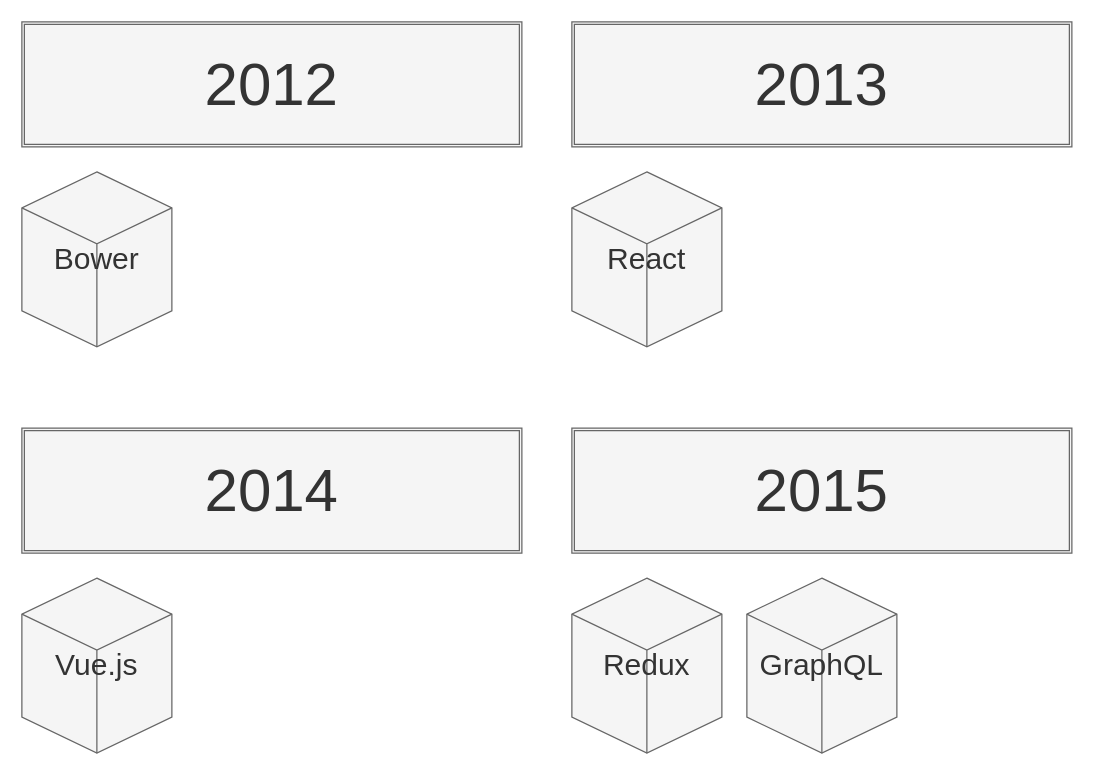
Before: assets/images/drawio/02_history_of_frontend_software_2.drawio in silverbirder/Introduction_to_Micro_Frontends, a draw.io diagram. Source tidied: cells renumbered, new cells numbered last; positions are measured from the earlier drawing's top-left corner, leaving out a move shared by most shapes. Both pictures are drawn from the tidied source at 125%, with x=0, y=0 at pixel (21, 21).
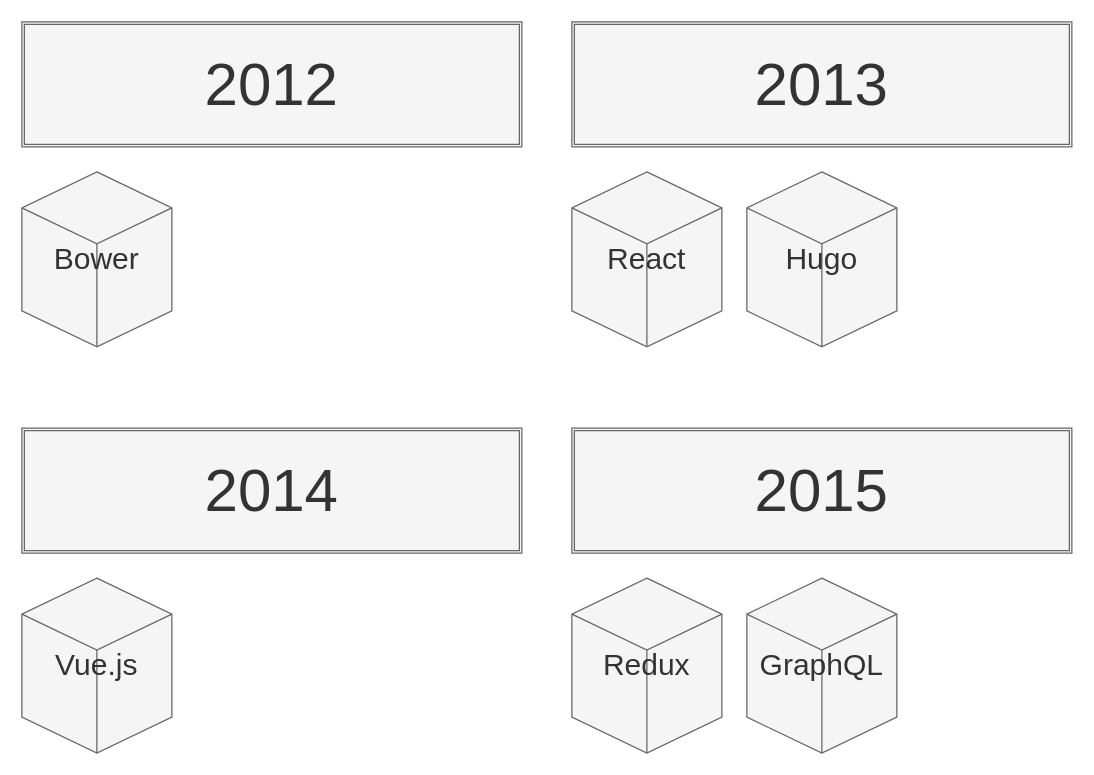
The same diagram, later.

Change to the diagram source:
```diff
@@
 <mxGraphModel>
   <root>
     <mxCell id="0" />
     <mxCell id="1" parent="0" />
     <mxCell id="2" value="&lt;font style=&quot;font-size: 48px&quot;&gt;2012&lt;/font&gt;" style="shape=ext;double=1;rounded=0;whiteSpace=wrap;html=1;shadow=0;sketch=0;fillColor=#f5f5f5;strokeColor=#666666;fontColor=#333333;" parent="1" vertex="1">
       <mxGeometry width="400" height="100" as="geometry" />
     </mxCell>
     <mxCell id="3" value="&lt;font style=&quot;font-size: 24px&quot;&gt;Bower&lt;/font&gt;" style="html=1;whiteSpace=wrap;shape=isoCube2;backgroundOutline=1;isoAngle=15;shadow=0;sketch=0;fillColor=#f5f5f5;strokeColor=#666666;fontColor=#333333;" parent="1" vertex="1">
       <mxGeometry y="120" width="120" height="140" as="geometry" />
     </mxCell>
     <mxCell id="4" value="&lt;font style=&quot;font-size: 48px&quot;&gt;2013&lt;/font&gt;" style="shape=ext;double=1;rounded=0;whiteSpace=wrap;html=1;shadow=0;sketch=0;fillColor=#f5f5f5;strokeColor=#666666;fontColor=#333333;" parent="1" vertex="1">
       <mxGeometry x="440" width="400" height="100" as="geometry" />
     </mxCell>
     <mxCell id="5" value="&lt;font style=&quot;font-size: 24px&quot;&gt;React&lt;/font&gt;" style="html=1;whiteSpace=wrap;shape=isoCube2;backgroundOutline=1;isoAngle=15;shadow=0;sketch=0;fillColor=#f5f5f5;strokeColor=#666666;fontColor=#333333;" parent="1" vertex="1">
       <mxGeometry x="440" y="120" width="120" height="140" as="geometry" />
     </mxCell>
     <mxCell id="6" value="&lt;font style=&quot;font-size: 48px&quot;&gt;2014&lt;/font&gt;" style="shape=ext;double=1;rounded=0;whiteSpace=wrap;html=1;shadow=0;sketch=0;fillColor=#f5f5f5;strokeColor=#666666;fontColor=#333333;" parent="1" vertex="1">
       <mxGeometry y="325" width="400" height="100" as="geometry" />
     </mxCell>
     <mxCell id="7" value="&lt;font style=&quot;font-size: 24px&quot;&gt;Vue.js&lt;/font&gt;" style="html=1;whiteSpace=wrap;shape=isoCube2;backgroundOutline=1;isoAngle=15;shadow=0;sketch=0;fillColor=#f5f5f5;strokeColor=#666666;fontColor=#333333;" parent="1" vertex="1">
       <mxGeometry y="445" width="120" height="140" as="geometry" />
     </mxCell>
     <mxCell id="8" value="&lt;font style=&quot;font-size: 48px&quot;&gt;2015&lt;/font&gt;" style="shape=ext;double=1;rounded=0;whiteSpace=wrap;html=1;shadow=0;sketch=0;fillColor=#f5f5f5;strokeColor=#666666;fontColor=#333333;" parent="1" vertex="1">
       <mxGeometry x="440" y="325" width="400" height="100" as="geometry" />
     </mxCell>
     <mxCell id="9" value="&lt;font style=&quot;font-size: 24px&quot;&gt;Redux&lt;/font&gt;" style="html=1;whiteSpace=wrap;shape=isoCube2;backgroundOutline=1;isoAngle=15;shadow=0;sketch=0;fillColor=#f5f5f5;strokeColor=#666666;fontColor=#333333;" parent="1" vertex="1">
       <mxGeometry x="440" y="445" width="120" height="140" as="geometry" />
     </mxCell>
     <mxCell id="10" value="&lt;font style=&quot;font-size: 24px&quot;&gt;GraphQL&lt;/font&gt;" style="html=1;whiteSpace=wrap;shape=isoCube2;backgroundOutline=1;isoAngle=15;shadow=0;sketch=0;fillColor=#f5f5f5;strokeColor=#666666;fontColor=#333333;" parent="1" vertex="1">
       <mxGeometry x="580" y="445" width="120" height="140" as="geometry" />
     </mxCell>
+    <mxCell id="11" value="&lt;font style=&quot;font-size: 24px&quot;&gt;Hugo&lt;/font&gt;" style="html=1;whiteSpace=wrap;shape=isoCube2;backgroundOutline=1;isoAngle=15;shadow=0;sketch=0;fillColor=#f5f5f5;strokeColor=#666666;fontColor=#333333;" parent="1" vertex="1">
+      <mxGeometry x="580" y="120" width="120" height="140" as="geometry" />
+    </mxCell>
   </root>
 </mxGraphModel>
```
